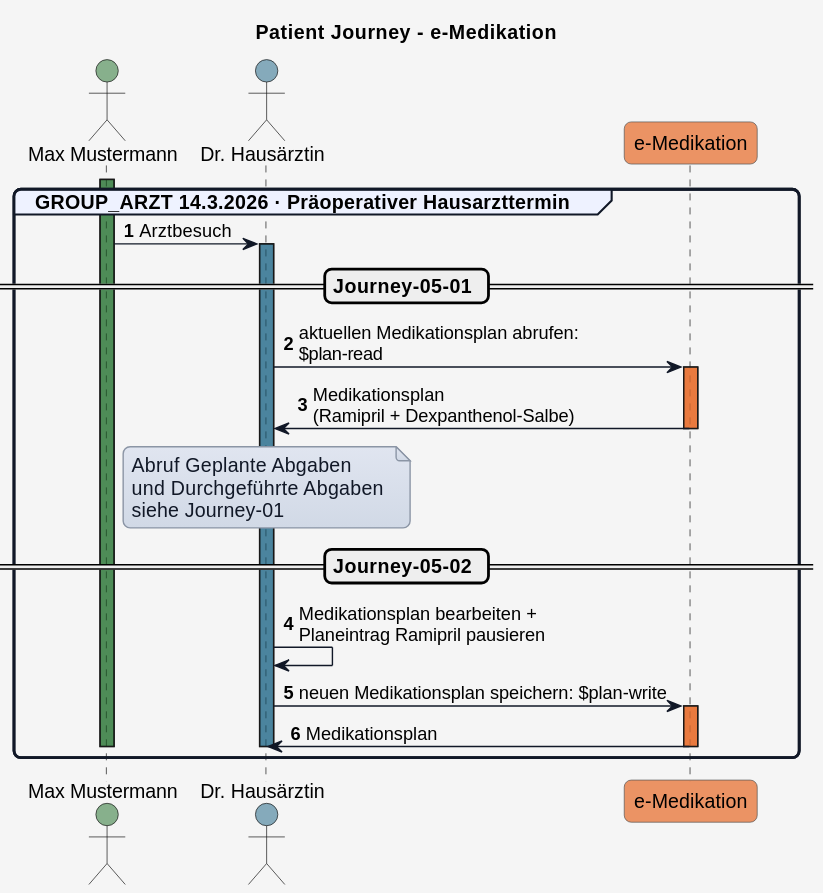
HL7Austria/hl7austria.github.io keeps this PlantUML diagram as r4-ELGA-e-Medikation-main/plantuml/patient_journey_05.svg. Above is the earlier version.
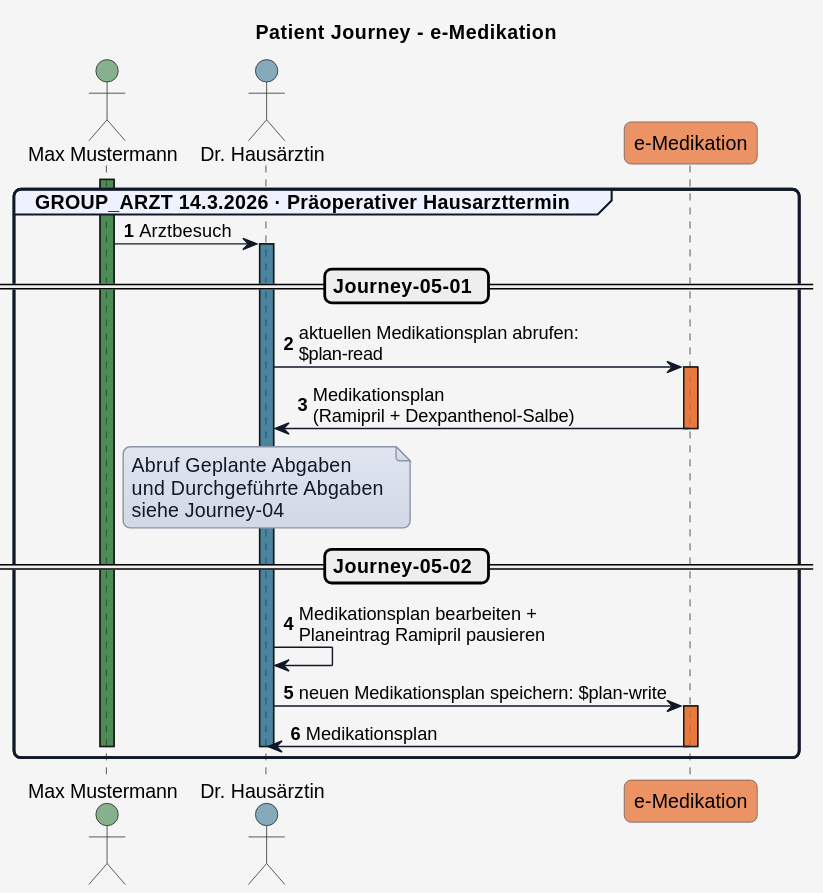
The same diagram one commit later.

Diff of the diagram source:
```diff
@@ -73,7 +73,7 @@
   note over Arzt_1
   Abruf Geplante Abgaben
   und Durchgeführte Abgaben
-  siehe Journey-01
+  siehe Journey-04
   end note
   deactivate eMed_FA
 
```
